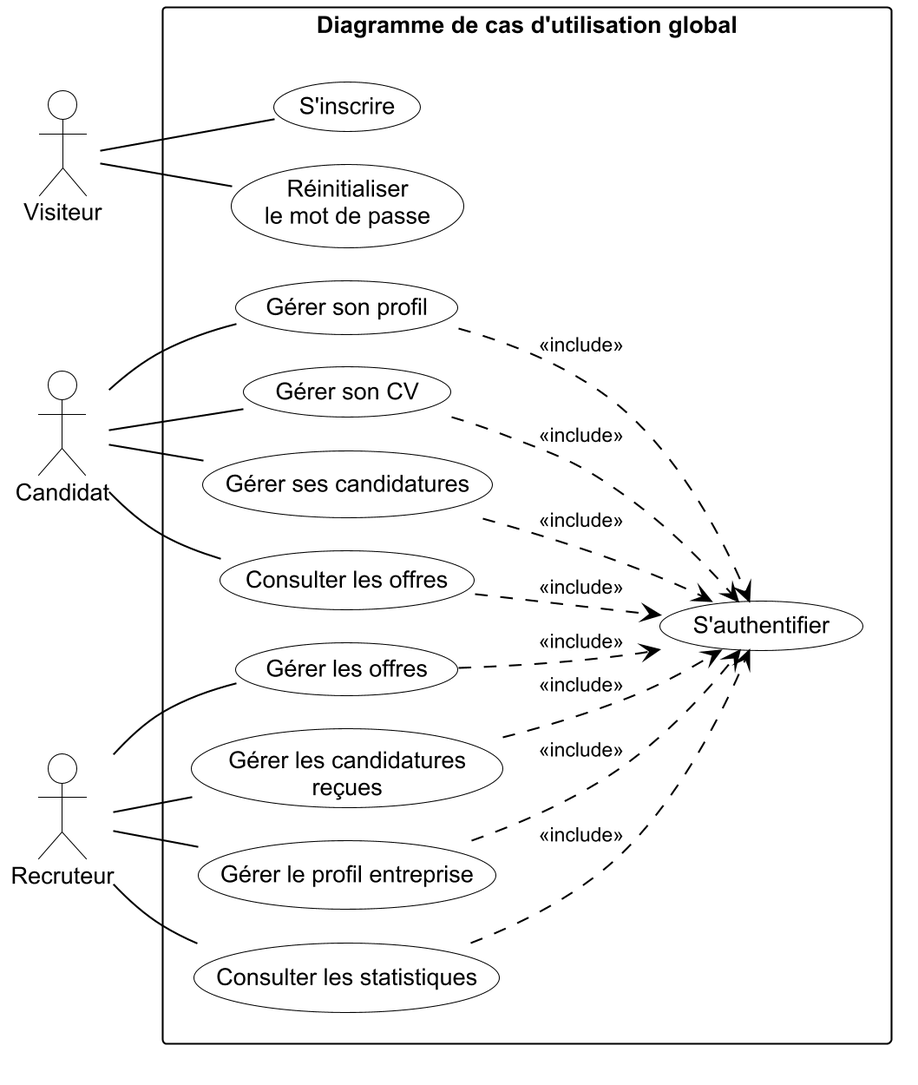
This is docs/diagrams/out/cas-utilisation-global.png from medguirat/HireHub, a PlantUML export, as it was before one commit.
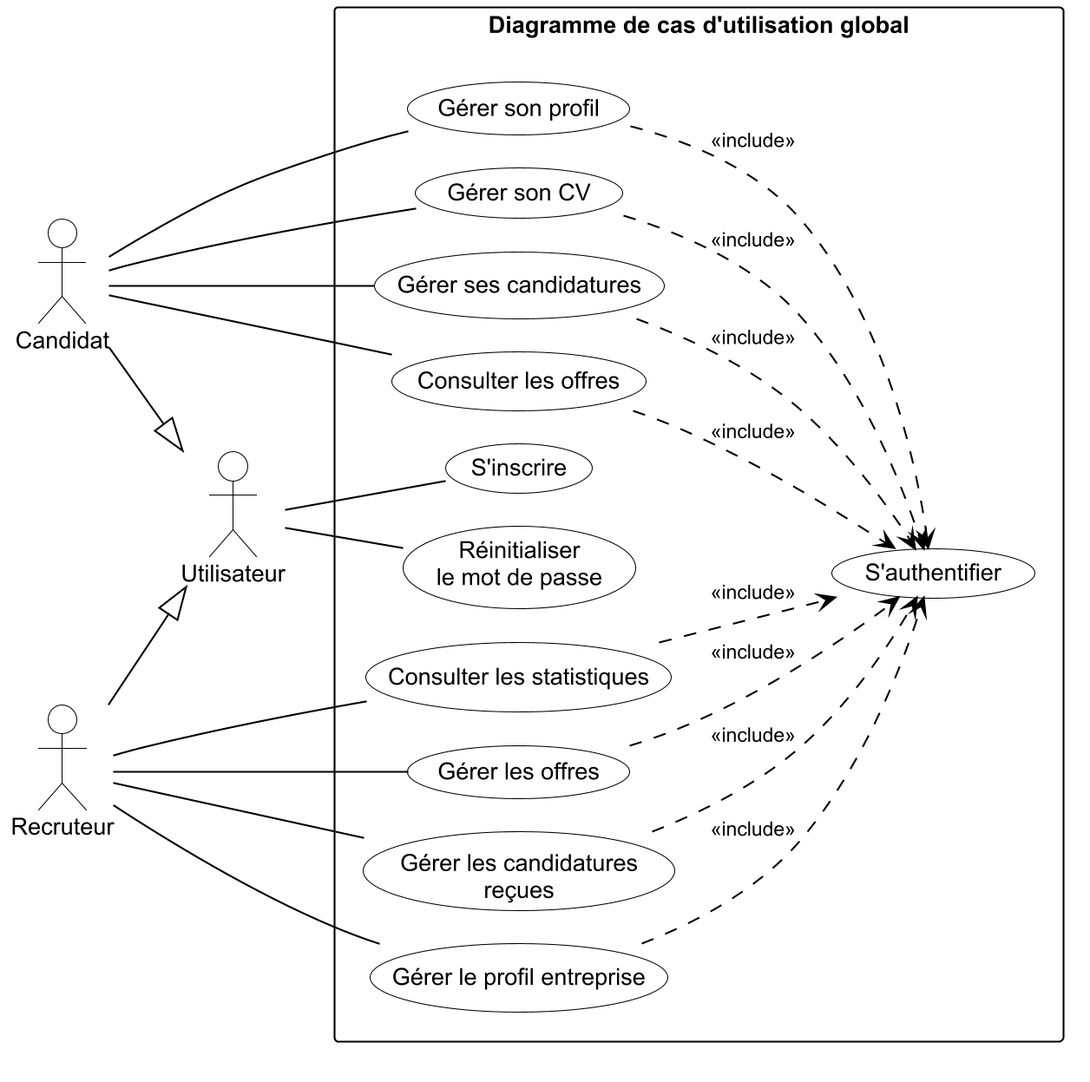
The same diagram one commit later.

Commit message:
docs(report): actors as a generalization (Utilisateur, Candidat, Recruteur)

The edit, as a diff of the source:
```diff
@@ -4,14 +4,17 @@
 !include _style.puml
 left to right direction
 
-actor "Visiteur" as V
+actor "Utilisateur" as U
 actor "Candidat" as C
 actor "Recruteur" as R
 
+C --|> U
+R --|> U
+
 rectangle "Diagramme de cas d'utilisation global" {
   usecase "S'inscrire" as UC_signup
+  usecase "S'authentifier" as UC_login
   usecase "Réinitialiser\nle mot de passe" as UC_reset
-  usecase "S'authentifier" as UC_login
 
   usecase "Gérer son profil" as UC_cprofile
   usecase "Gérer son CV" as UC_cv
@@ -24,8 +27,8 @@
   usecase "Consulter les statistiques" as UC_stats
 }
 
-V -- UC_signup
-V -- UC_reset
+U -- UC_signup
+U -- UC_reset
 
 C -- UC_cprofile
 C -- UC_cv
```
